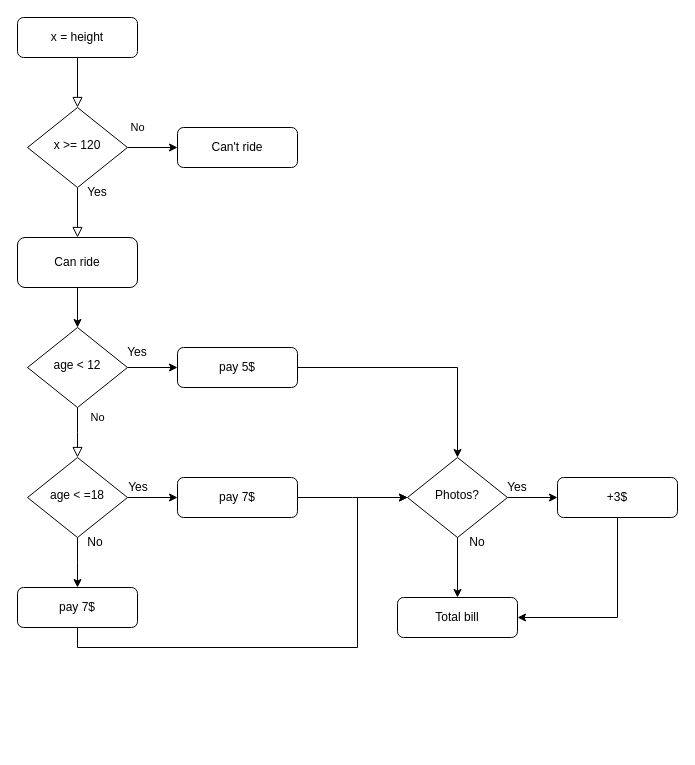
Earlier version of the draw.io diagram Udemy/Day_3_rollercoaster/rollercoaster_flowchart.drawio (Redhgar/Python_projects). Source tidied: cells renumbered, new cells numbered last; positions are measured from the earlier drawing's top-left corner, leaving out a move shared by most shapes. Both pictures are drawn from the tidied source at 100%, with x=0, y=0 at pixel (17, 17).
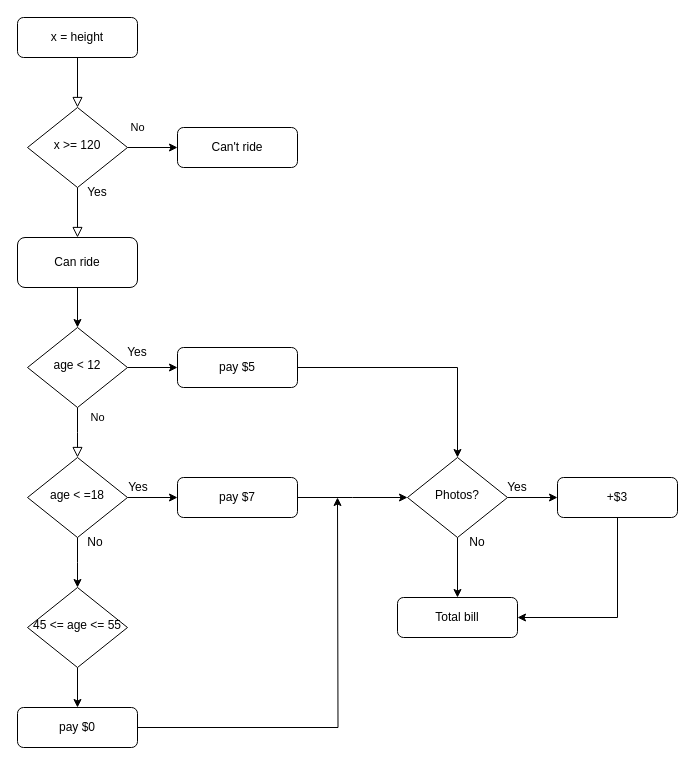
After the change.

Unchanged cells that the change refers to:
```xml
<mxCell id="28" value="Photos?" style="rhombus;whiteSpace=wrap;html=1;shadow=0;fontFamily=Helvetica;fontSize=12;align=center;strokeWidth=1;spacing=6;spacingTop=-4;" parent="1" vertex="1">
  <mxGeometry x="390" y="440" width="100" height="80" as="geometry" />
</mxCell>
```

The edit, as a diff of the source:
```diff
@@
-    <mxCell id="15" value="pay 5$" style="rounded=1;whiteSpace=wrap;html=1;fontSize=12;glass=0;strokeWidth=1;shadow=0;" parent="1" vertex="1">
+    <mxCell id="15" value="pay $5" style="rounded=1;whiteSpace=wrap;html=1;fontSize=12;glass=0;strokeWidth=1;shadow=0;" parent="1" vertex="1">
       <mxGeometry x="160" y="330" width="120" height="40" as="geometry" />
     </mxCell>
@@
-    <mxCell id="20" value="pay 7$" style="rounded=1;whiteSpace=wrap;html=1;fontSize=12;glass=0;strokeWidth=1;shadow=0;" parent="1" vertex="1">
+    <mxCell id="20" value="pay $7" style="rounded=1;whiteSpace=wrap;html=1;fontSize=12;glass=0;strokeWidth=1;shadow=0;" parent="1" vertex="1">
       <mxGeometry x="160" y="460" width="120" height="40" as="geometry" />
     </mxCell>
@@
-    <mxCell id="24" style="edgeStyle=orthogonalEdgeStyle;rounded=0;jettySize=auto;html=1;exitX=0.5;exitY=1;exitDx=0;exitDy=0;entryX=0;entryY=0.5;entryDx=0;entryDy=0;" parent="1" edge="1" source="25" target="28">
-      <mxGeometry relative="1" as="geometry">
-        <Array as="points">
-          <mxPoint x="60" y="630" />
-          <mxPoint x="340" y="630" />
-          <mxPoint x="340" y="480" />
-        </Array>
-      </mxGeometry>
-    </mxCell>
-    <mxCell id="25" value="pay 7$" style="rounded=1;whiteSpace=wrap;html=1;fontSize=12;glass=0;strokeWidth=1;shadow=0;" parent="1" vertex="1">
-      <mxGeometry y="570" width="120" height="40" as="geometry" />
-    </mxCell>
@@
-    <mxCell id="30" value="+3$" style="rounded=1;whiteSpace=wrap;html=1;fontSize=12;glass=0;strokeWidth=1;shadow=0;" parent="1" vertex="1">
+    <mxCell id="30" value="+$3" style="rounded=1;whiteSpace=wrap;html=1;fontSize=12;glass=0;strokeWidth=1;shadow=0;" parent="1" vertex="1">
       <mxGeometry x="540" y="460" width="120" height="40" as="geometry" />
     </mxCell>
@@
+    <mxCell id="34" style="edgeStyle=orthogonalEdgeStyle;rounded=0;jettySize=auto;html=1;exitX=0.5;exitY=1;exitDx=0;exitDy=0;entryX=0.5;entryY=0;entryDx=0;entryDy=0;" parent="1" edge="1" source="35" target="37">
+      <mxGeometry relative="1" as="geometry" />
+    </mxCell>
+    <mxCell id="35" value="45 &amp;lt;= age &amp;lt;= 55" style="rhombus;whiteSpace=wrap;html=1;shadow=0;fontFamily=Helvetica;fontSize=12;align=center;strokeWidth=1;spacing=6;spacingTop=-4;" parent="1" vertex="1">
+      <mxGeometry x="10" y="570" width="100" height="80" as="geometry" />
+    </mxCell>
+    <mxCell id="36" style="edgeStyle=orthogonalEdgeStyle;rounded=0;jettySize=auto;html=1;exitX=1;exitY=0.5;exitDx=0;exitDy=0;" parent="1" edge="1" source="37">
+      <mxGeometry relative="1" as="geometry">
+        <mxPoint x="320" y="480" as="targetPoint" />
+      </mxGeometry>
+    </mxCell>
+    <mxCell id="37" value="pay $0" style="rounded=1;whiteSpace=wrap;html=1;fontSize=12;glass=0;strokeWidth=1;shadow=0;" parent="1" vertex="1">
+      <mxGeometry y="690" width="120" height="40" as="geometry" />
+    </mxCell>
```
